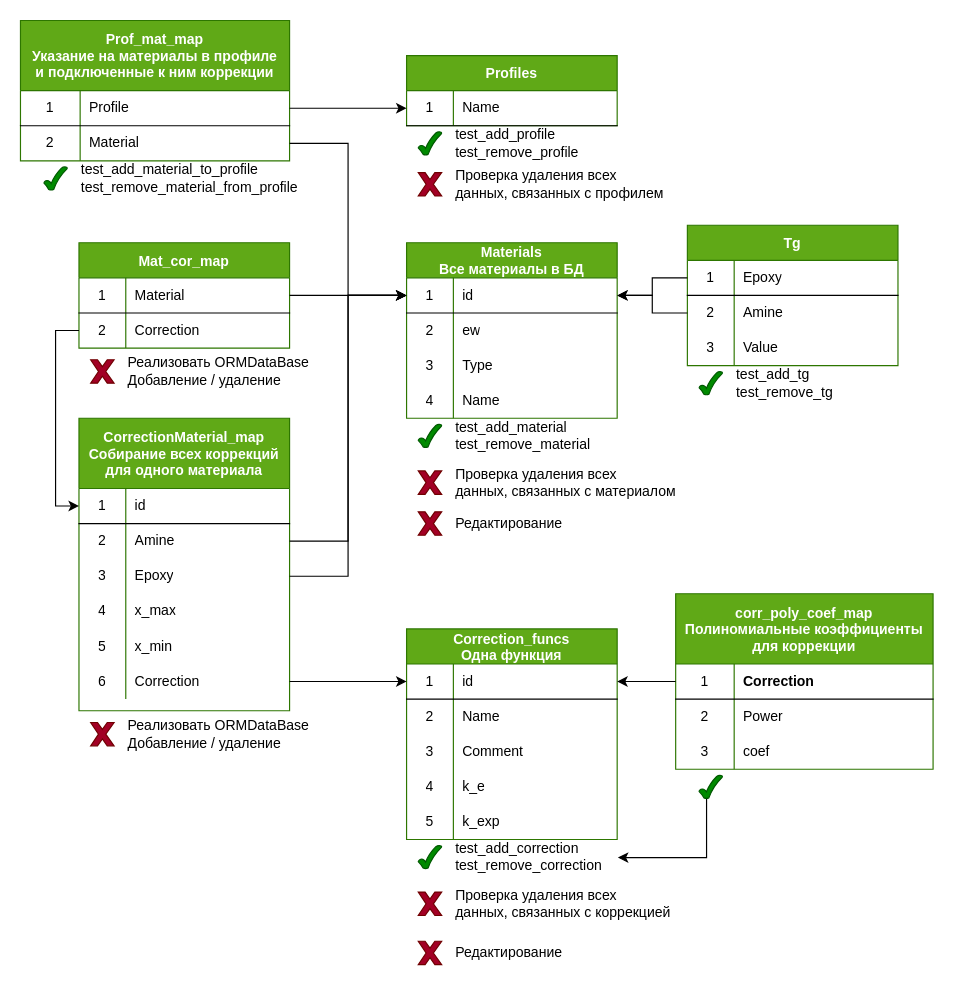
Earlier version of the draw.io diagram data_db.drawio (ivanzuev78/Glass_transition_math). Source tidied: cells renumbered, new cells numbered last; positions are measured from the earlier drawing's top-left corner, leaving out a move shared by most shapes. Both pictures are drawn from the tidied source at 117%, with x=0, y=0 at pixel (20, 20).
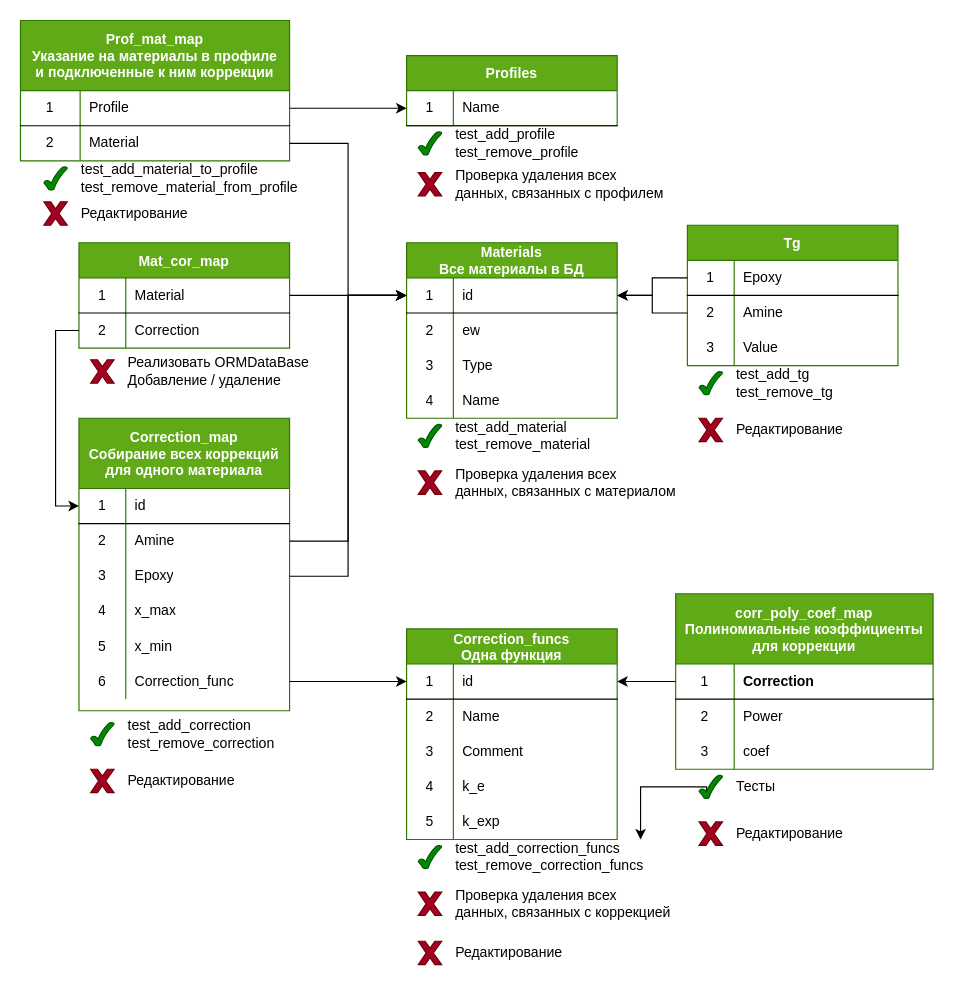
After the change.

Commit message:
Обновил диаграмму

Unchanged cells that the change refers to:
```xml
<mxCell id="78" style="shape=partialRectangle;html=1;whiteSpace=wrap;fillColor=none;top=0;left=0;bottom=0;right=0;points=[[0,0.5],[1,0.5]];portConstraint=eastwest;" parent="62" vertex="1">
  <mxGeometry y="210" width="180" height="30" as="geometry" />
</mxCell>
<mxCell id="109" style="verticalLabelPosition=bottom;verticalAlign=top;html=1;shape=mxgraph.basic.tick;fillColor=#008a00;strokeColor=#005700;fontColor=#ffffff;" parent="1" vertex="1">
  <mxGeometry x="580" y="645" width="20" height="20" as="geometry" />
</mxCell>
```

What changed in the source:
```diff
@@
-    <mxCell id="62" value="CorrectionMaterial_map&#10;Собирание всех коррекций&#10;для одного материала" style="shape=table;startSize=60;childLayout=tableLayout;rowLines=0;fontStyle=1;align=center;fillColor=#60a917;strokeColor=#2D7600;fontColor=#ffffff;" parent="1" vertex="1">
+    <mxCell id="62" value="Correction_map&#10;Собирание всех коррекций&#10;для одного материала" style="shape=table;startSize=60;childLayout=tableLayout;rowLines=0;fontStyle=1;align=center;fillColor=#60a917;strokeColor=#2D7600;fontColor=#ffffff;" parent="1" vertex="1">
       <mxGeometry x="50" y="340" width="180" height="250" as="geometry" />
     </mxCell>
@@
-    <mxCell id="80" value="Correction" style="shape=partialRectangle;html=1;whiteSpace=wrap;fillColor=none;top=0;left=0;bottom=0;right=0;align=left;spacingLeft=6;overflow=hidden;" parent="78" vertex="1">
+    <mxCell id="80" value="Correction_func" style="shape=partialRectangle;html=1;whiteSpace=wrap;fillColor=none;top=0;left=0;bottom=0;right=0;align=left;spacingLeft=6;overflow=hidden;" parent="78" vertex="1">
       <mxGeometry x="40" width="140" height="30" as="geometry" />
     </mxCell>
@@
-    <mxCell id="107" value="test_add_correction&lt;br&gt;test_remove_correction" style="text;html=1;align=left;verticalAlign=middle;points=[];strokeColor=none;fillColor=none;" parent="1" vertex="1">
-      <mxGeometry x="370" y="700" width="140" height="30" as="geometry" />
+    <mxCell id="107" value="test_add_correction_funcs&lt;br&gt;test_remove_correction_funcs" style="text;html=1;align=left;verticalAlign=middle;points=[];strokeColor=none;fillColor=none;" parent="1" vertex="1">
+      <mxGeometry x="370" y="700" width="180" height="30" as="geometry" />
     </mxCell>
-    <mxCell id="108" style="edgeStyle=orthogonalEdgeStyle;rounded=0;jettySize=auto;html=1;entryX=1.004;entryY=0.517;entryDx=0;entryDy=0;entryPerimeter=0;exitX=0.32;exitY=0.992;exitDx=0;exitDy=0;exitPerimeter=0;" parent="1" edge="1" source="109" target="107">
-      <mxGeometry relative="1" as="geometry" />
+    <mxCell id="108" style="edgeStyle=orthogonalEdgeStyle;rounded=0;jettySize=auto;html=1;exitX=0.32;exitY=0.992;exitDx=0;exitDy=0;exitPerimeter=0;" parent="1" edge="1" source="109" target="107">
+      <mxGeometry relative="1" as="geometry">
+        <Array as="points">
+          <mxPoint x="586" y="655" />
+          <mxPoint x="530" y="655" />
+        </Array>
+      </mxGeometry>
     </mxCell>
@@
-    <mxCell id="110" style="verticalLabelPosition=bottom;verticalAlign=top;html=1;shape=mxgraph.basic.x;strokeColor=#6F0000;fillColor=#a20025;fontColor=#ffffff;" parent="1" vertex="1">
-      <mxGeometry x="60" y="600" width="20" height="20" as="geometry" />
-    </mxCell>
@@
-    <mxCell id="119" value="&lt;div&gt;Реализовать ORMDataBase&lt;/div&gt;&lt;div&gt;Добавление / удаление&lt;/div&gt;" style="text;html=1;align=left;verticalAlign=middle;strokeColor=none;fillColor=none;" parent="1" vertex="1">
-      <mxGeometry x="90" y="595" width="170" height="30" as="geometry" />
+    <mxCell id="119" value="test_add_correction&lt;br&gt;test_remove_correction" style="text;html=1;align=left;verticalAlign=middle;strokeColor=none;fillColor=none;" parent="1" vertex="1">
+      <mxGeometry x="90" y="595" width="140" height="30" as="geometry" />
     </mxCell>
     <mxCell id="120" style="verticalLabelPosition=bottom;verticalAlign=top;html=1;shape=mxgraph.basic.x;strokeColor=#6F0000;fillColor=#a20025;fontColor=#ffffff;" parent="1" vertex="1">
-      <mxGeometry x="340" y="420" width="20" height="20" as="geometry" />
+      <mxGeometry x="580" y="685" width="20" height="20" as="geometry" />
     </mxCell>
     <mxCell id="121" value="Редактирование" style="text;html=1;align=left;verticalAlign=middle;strokeColor=none;fillColor=none;" parent="1" vertex="1">
-      <mxGeometry x="370" y="420" width="110" height="20" as="geometry" />
+      <mxGeometry x="610" y="685" width="110" height="20" as="geometry" />
     </mxCell>
@@
+    <mxCell id="124" style="verticalLabelPosition=bottom;verticalAlign=top;html=1;shape=mxgraph.basic.tick;fillColor=#008a00;strokeColor=#005700;fontColor=#ffffff;" parent="1" vertex="1">
+      <mxGeometry x="60" y="600" width="20" height="20" as="geometry" />
+    </mxCell>
+    <mxCell id="125" style="verticalLabelPosition=bottom;verticalAlign=top;html=1;shape=mxgraph.basic.x;strokeColor=#6F0000;fillColor=#a20025;fontColor=#ffffff;" parent="1" vertex="1">
+      <mxGeometry x="60" y="640" width="20" height="20" as="geometry" />
+    </mxCell>
+    <mxCell id="126" value="Редактирование" style="text;html=1;align=left;verticalAlign=middle;strokeColor=none;fillColor=none;" parent="1" vertex="1">
+      <mxGeometry x="90" y="640" width="110" height="20" as="geometry" />
+    </mxCell>
+    <mxCell id="127" value="Тесты" style="text;html=1;align=left;verticalAlign=middle;strokeColor=none;fillColor=none;" parent="1" vertex="1">
+      <mxGeometry x="610" y="645" width="50" height="20" as="geometry" />
+    </mxCell>
+    <mxCell id="128" style="verticalLabelPosition=bottom;verticalAlign=top;html=1;shape=mxgraph.basic.x;strokeColor=#6F0000;fillColor=#a20025;fontColor=#ffffff;" parent="1" vertex="1">
+      <mxGeometry x="580" y="340" width="20" height="20" as="geometry" />
+    </mxCell>
+    <mxCell id="129" value="Редактирование" style="text;html=1;align=left;verticalAlign=middle;strokeColor=none;fillColor=none;" parent="1" vertex="1">
+      <mxGeometry x="610" y="340" width="110" height="20" as="geometry" />
+    </mxCell>
+    <mxCell id="130" style="verticalLabelPosition=bottom;verticalAlign=top;html=1;shape=mxgraph.basic.x;strokeColor=#6F0000;fillColor=#a20025;fontColor=#ffffff;" parent="1" vertex="1">
+      <mxGeometry x="20" y="155" width="20" height="20" as="geometry" />
+    </mxCell>
+    <mxCell id="131" value="Редактирование" style="text;html=1;align=left;verticalAlign=middle;strokeColor=none;fillColor=none;" parent="1" vertex="1">
+      <mxGeometry x="50" y="155" width="110" height="20" as="geometry" />
+    </mxCell>
```
